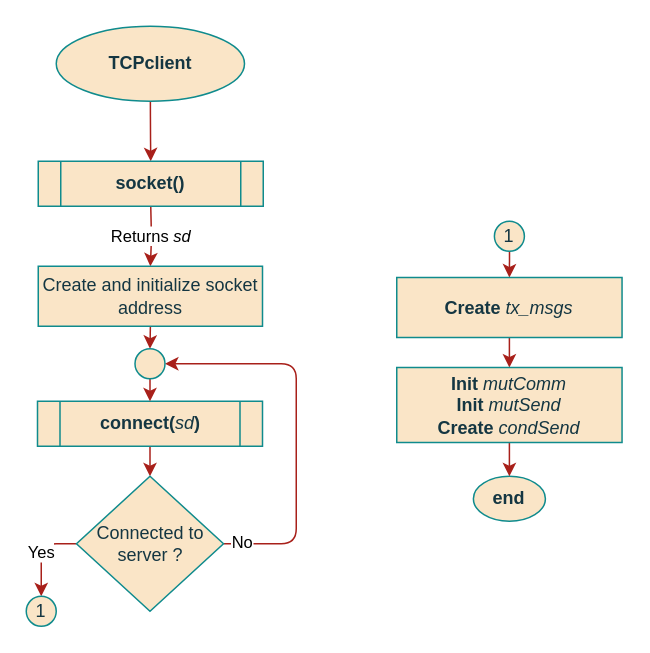
Before: page "Cons_Client" (3 of 7) of documentation/flowcharts/RStasks/RS.drawio in ESRGgroup9/slipad, a draw.io diagram. Source tidied: cells renumbered, new cells numbered last; positions are measured from the earlier drawing's top-left corner, leaving out a move shared by most shapes. Both pictures are drawn from the tidied source at 150%, with x=0, y=0 at pixel (26, 26).
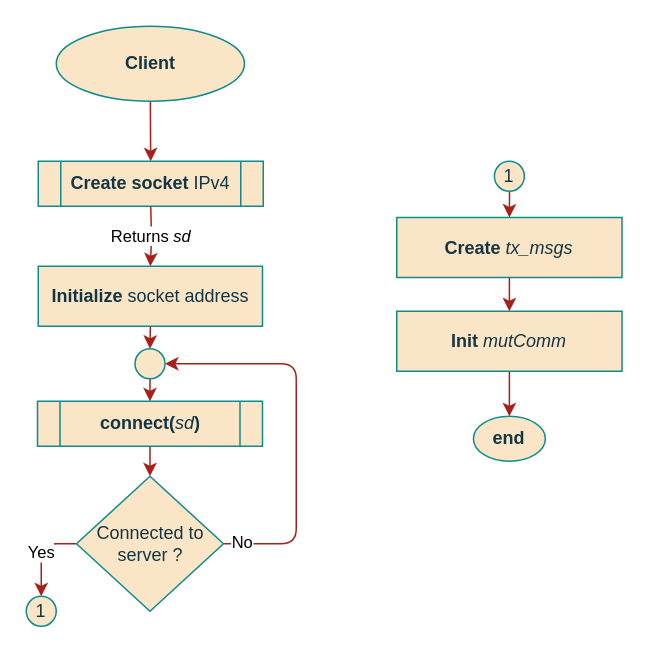
Above is the later version.

What changed in the source:
```diff
@@
-    <mxCell id="3" value="TCPclient" style="ellipse;whiteSpace=wrap;html=1;fillColor=#FAE5C7;strokeColor=#0F8B8D;fontColor=#143642;fontStyle=1;" parent="1" vertex="1">
+    <mxCell id="3" value="Client" style="ellipse;whiteSpace=wrap;html=1;fillColor=#FAE5C7;strokeColor=#0F8B8D;fontColor=#143642;fontStyle=1;" parent="1" vertex="1">
       <mxGeometry x="20" width="125.5" height="50" as="geometry" />
     </mxCell>
@@
     <mxCell id="5" value="end" style="ellipse;whiteSpace=wrap;html=1;fillColor=#FAE5C7;strokeColor=#0F8B8D;fontColor=#143642;fontStyle=1;" parent="1" vertex="1">
-      <mxGeometry x="298.1" y="300" width="48" height="30" as="geometry" />
+      <mxGeometry x="298.1" y="260" width="48" height="30" as="geometry" />
     </mxCell>
-    <mxCell id="6" value="socket()" style="shape=process;whiteSpace=wrap;html=1;backgroundOutline=1;rounded=0;sketch=0;fontColor=#143642;strokeColor=#0F8B8D;fillColor=#FAE5C7;fontStyle=1;" parent="1" vertex="1">
+    <mxCell id="6" value="Create socket &lt;span style=&quot;font-weight: normal&quot;&gt;IPv4&lt;/span&gt;" style="shape=process;whiteSpace=wrap;html=1;backgroundOutline=1;rounded=0;sketch=0;fontColor=#143642;strokeColor=#0F8B8D;fillColor=#FAE5C7;fontStyle=1;" parent="1" vertex="1">
       <mxGeometry x="8" y="90" width="150" height="30" as="geometry" />
     </mxCell>
@@
-    <mxCell id="8" value="Create and initialize socket address" style="rounded=0;whiteSpace=wrap;html=1;sketch=0;fontColor=#143642;strokeColor=#0F8B8D;fillColor=#FAE5C7;" parent="1" vertex="1">
+    <mxCell id="8" value="&lt;b&gt;Initialize&lt;/b&gt; socket address" style="rounded=0;whiteSpace=wrap;html=1;sketch=0;fontColor=#143642;strokeColor=#0F8B8D;fillColor=#FAE5C7;" parent="1" vertex="1">
       <mxGeometry x="8" y="160" width="149.5" height="40" as="geometry" />
     </mxCell>
@@
     <mxCell id="13" style="edgeStyle=orthogonalEdgeStyle;rounded=1;jettySize=auto;html=1;exitX=0.5;exitY=1;exitDx=0;exitDy=0;entryX=0.5;entryY=0;entryDx=0;entryDy=0;fontSize=11;strokeColor=#A8201A;" parent="1" edge="1" target="19">
       <mxGeometry relative="1" as="geometry">
-        <mxPoint x="322.2" y="147.5" as="sourcePoint" />
+        <mxPoint x="322.2" y="107.5" as="sourcePoint" />
       </mxGeometry>
     </mxCell>
@@
     <mxCell id="19" value="&lt;div&gt;&lt;b&gt;Create&lt;/b&gt;&lt;i&gt;&lt;b&gt; &lt;/b&gt;tx_msgs&lt;br&gt;&lt;b&gt;&lt;/b&gt;&lt;/i&gt;&lt;/div&gt;" style="rounded=0;whiteSpace=wrap;html=1;sketch=0;fontColor=#143642;strokeColor=#0F8B8D;fillColor=#FAE5C7;" parent="1" vertex="1">
-      <mxGeometry x="247" y="167.5" width="150.2" height="40" as="geometry" />
+      <mxGeometry x="247" y="127.5" width="150.2" height="40" as="geometry" />
     </mxCell>
@@
-    <mxCell id="21" value="&lt;div&gt;&lt;b&gt;Init &lt;/b&gt;&lt;i&gt;mutComm&lt;/i&gt;&lt;/div&gt;&lt;div&gt;&lt;b&gt;Init &lt;/b&gt;&lt;i&gt;mutSend&lt;/i&gt;&lt;/div&gt;&lt;b&gt;Create&lt;/b&gt;&lt;i&gt; condSend&lt;/i&gt;" style="rounded=0;whiteSpace=wrap;html=1;sketch=0;fontColor=#143642;strokeColor=#0F8B8D;fillColor=#FAE5C7;" parent="1" vertex="1">
-      <mxGeometry x="247" y="227.5" width="150.2" height="50" as="geometry" />
+    <mxCell id="21" value="&lt;div&gt;&lt;b&gt;Init &lt;/b&gt;&lt;i&gt;mutComm&lt;/i&gt;&lt;/div&gt;" style="rounded=0;whiteSpace=wrap;html=1;sketch=0;fontColor=#143642;strokeColor=#0F8B8D;fillColor=#FAE5C7;" parent="1" vertex="1">
+      <mxGeometry x="247" y="190" width="150.2" height="40" as="geometry" />
     </mxCell>
@@
     <mxCell id="23" value="1" style="ellipse;whiteSpace=wrap;html=1;rounded=0;sketch=0;fontColor=#143642;strokeColor=#0F8B8D;fillColor=#FAE5C7;" parent="1" vertex="1">
-      <mxGeometry x="312.1" y="130" width="20" height="20" as="geometry" />
+      <mxGeometry x="312.1" y="90" width="20" height="20" as="geometry" />
     </mxCell>
```
